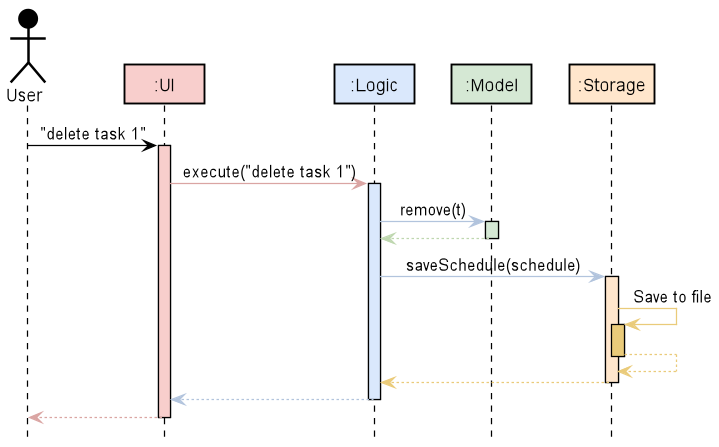
This is docs/images/ArchitectureSequenceDiagram.png from petrickjerico/tp, a PlantUML export, as it was before one commit.
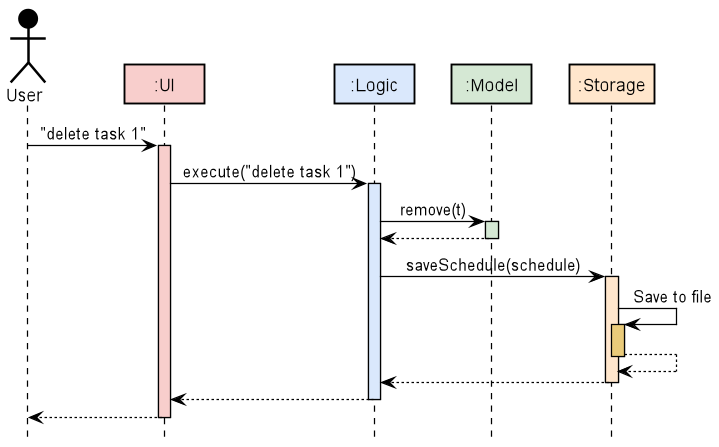
The same file after the commit.

The edit, as a diff of the source:
```diff
@@ -2,45 +2,45 @@
 !include style.puml
 
 Actor User as user USER_COLOR
-skinparam ParticipantBorderColor #000000
 Participant ":UI" as ui UI_COLOR
 Participant ":Logic" as logic LOGIC_COLOR
 Participant ":Model" as model MODEL_COLOR
 Participant ":Storage" as storage STORAGE_COLOR
 
 skinparam sequence {
+ParticipantBorderColor #000000
 ArrowColor #000000
 ActorBorderColor #000000
 LifeLineBorderColor #000000
 LifeLineBackgroundColor #000000
 }
 
-user -[USER_COLOR]> ui : "delete task 1"
+user -> ui : "delete task 1"
 activate ui UI_COLOR
 
-ui -[UI_COLOR_T1]> logic : execute("delete task 1")
+ui -> logic : execute("delete task 1")
 activate logic LOGIC_COLOR
 
-logic -[LOGIC_COLOR_T1]> model : remove(t)
+logic -> model : remove(t)
 activate model MODEL_COLOR
 
-model -[MODEL_COLOR_T1]-> logic
+model --> logic
 deactivate model
 
-logic -[LOGIC_COLOR_T1]> storage : saveSchedule(schedule)
+logic -> storage : saveSchedule(schedule)
 activate storage STORAGE_COLOR
 
-storage -[STORAGE_COLOR_T1]> storage : Save to file
+storage -> storage : Save to file
 activate storage STORAGE_COLOR_T1
-storage --[STORAGE_COLOR_T1]> storage
+storage --> storage
 deactivate storage
 
-storage --[STORAGE_COLOR_T1]> logic
+storage --> logic
 deactivate storage
 
-logic --[LOGIC_COLOR_T1]> ui
+logic --> ui
 deactivate logic
 
-ui--[UI_COLOR_T1]> user
+ui--> user
 deactivate ui
 @enduml
```
